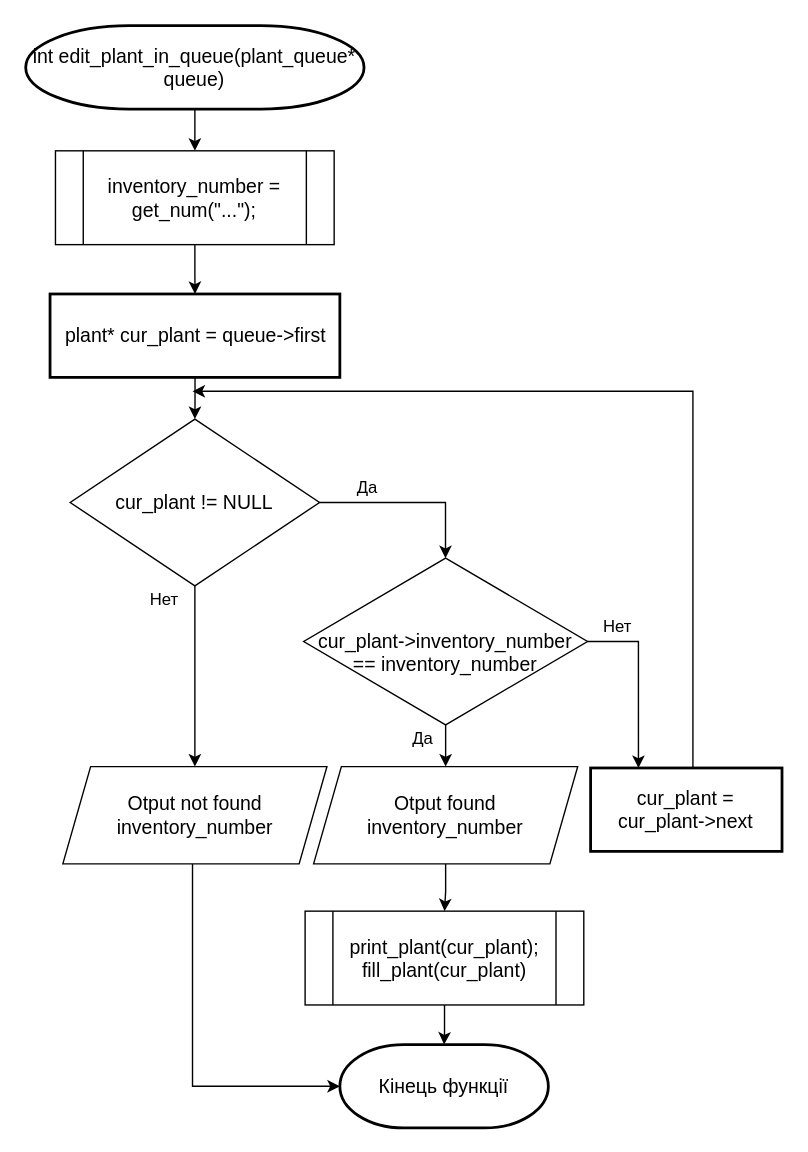
Before: page "Страница 4" (5 of 16) of diagram/garden.drawio in Act1on04/CourseWork, a draw.io diagram. Source tidied: cells renumbered, new cells numbered last; positions are measured from the earlier drawing's top-left corner, leaving out a move shared by most shapes. Both pictures are drawn from the tidied source at 139%, with x=0, y=0 at pixel (25, 25).
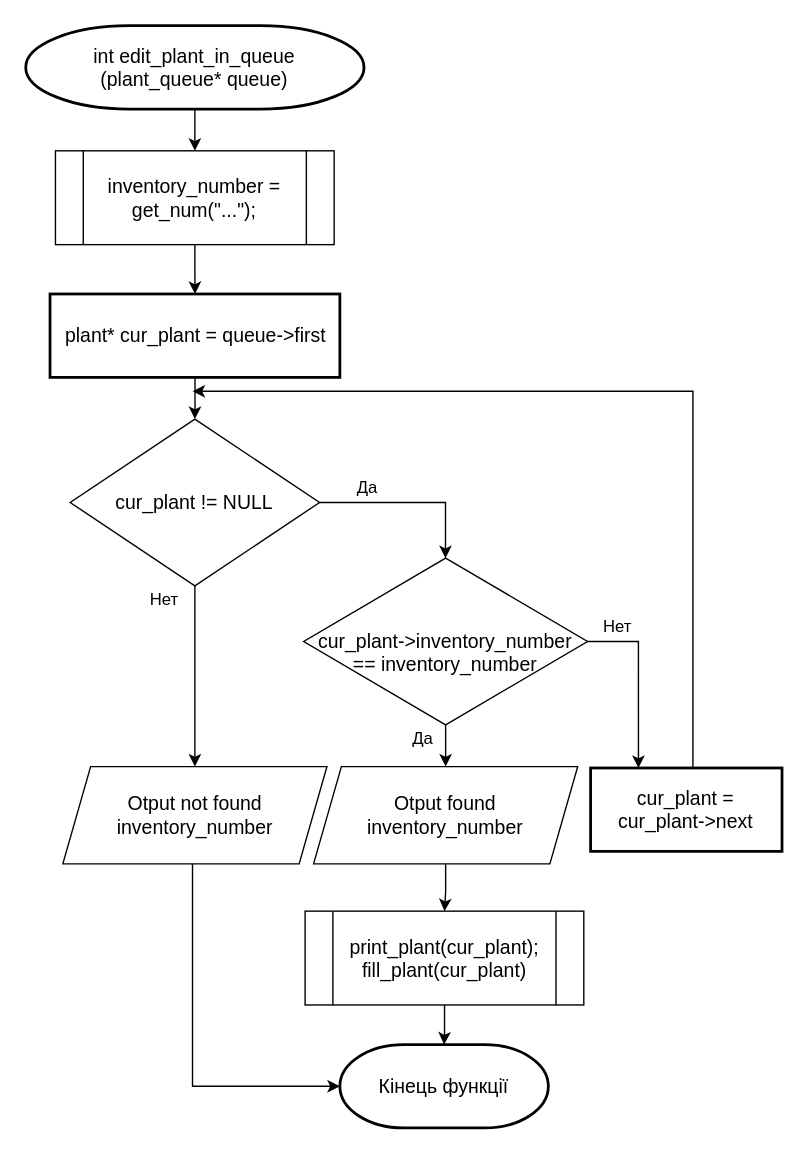
Above is the later version.

What changed in the source:
```diff
@@
-    <mxCell id="3" value="&lt;font style=&quot;font-size: 14px&quot;&gt;int edit_plant_in_queue(plant_queue* queue)&lt;/font&gt;" style="strokeWidth=2;html=1;shape=mxgraph.flowchart.terminator;whiteSpace=wrap;" parent="1" vertex="1">
+    <mxCell id="3" value="&lt;font style=&quot;font-size: 14px&quot;&gt;int edit_plant_in_queue&lt;br&gt;(plant_queue* queue)&lt;/font&gt;" style="strokeWidth=2;html=1;shape=mxgraph.flowchart.terminator;whiteSpace=wrap;" parent="1" vertex="1">
       <mxGeometry width="243.4" height="60" as="geometry" />
     </mxCell>
```
